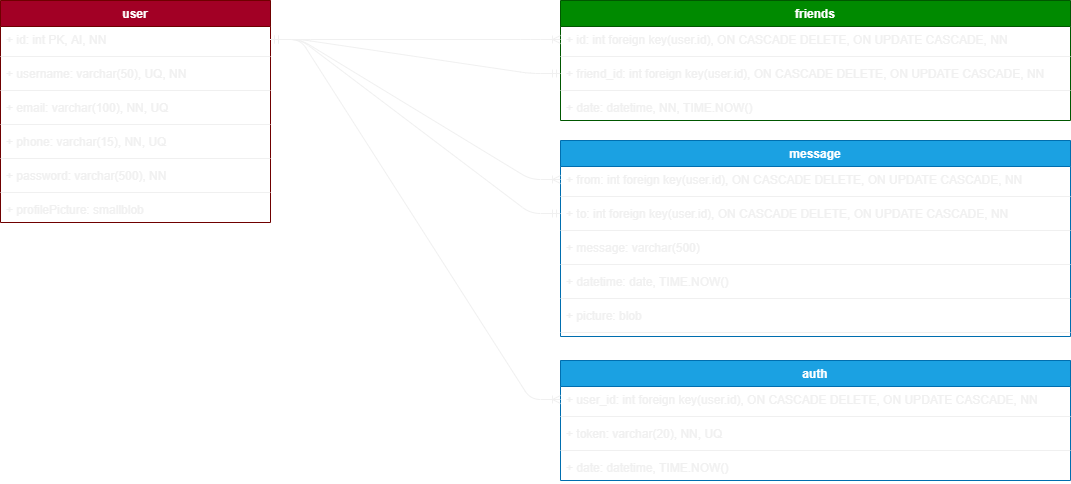
This is pcd-project-db-diagram.png from TheSeeven/pcd-project-chatApp, a draw.io export, as it was before one commit. Source tidied: cells renumbered, new cells last; positions are measured from the earlier drawing's top-left corner, leaving out a move shared by most shapes.
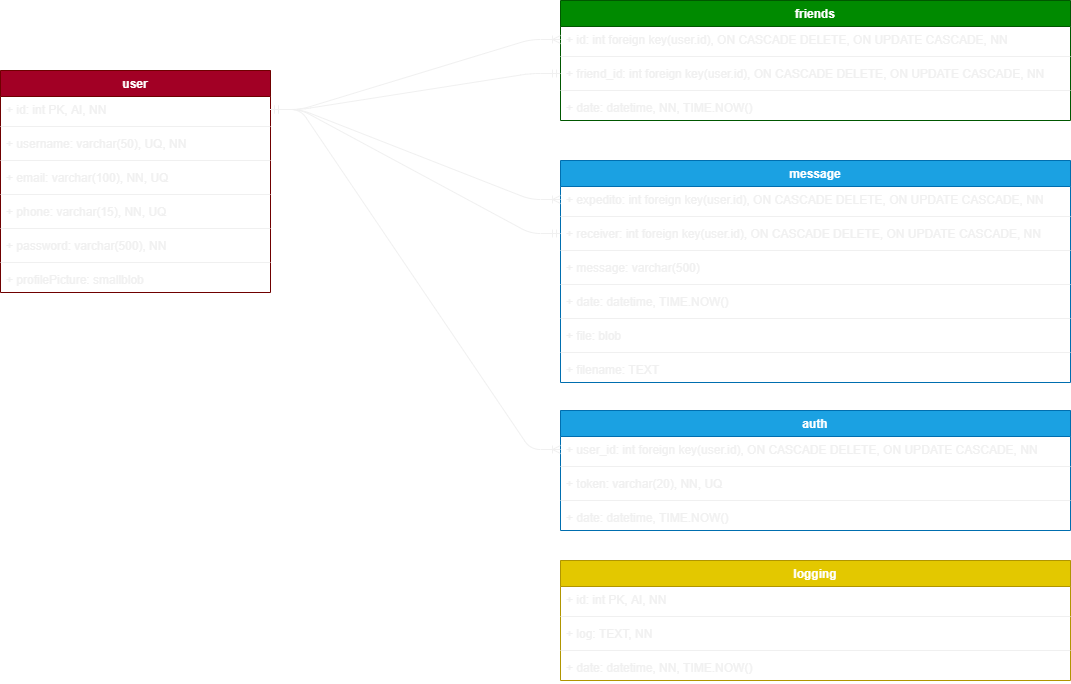
The same file after the commit.

Commit message:
Forgot about diagram

Change to the diagram source:
```diff
@@ -39,7 +39,7 @@
       <mxGeometry y="196" width="270" height="26" as="geometry" />
     </mxCell>
     <mxCell id="14" value="friends" style="swimlane;fontStyle=1;align=center;verticalAlign=top;horizontal=1;startSize=26;fillColor=#008a00;strokeColor=#005700;fontColor=#ffffff;" parent="1" vertex="1">
-      <mxGeometry x="560" width="510" height="120" as="geometry" />
+      <mxGeometry x="560" y="-70" width="510" height="120" as="geometry" />
     </mxCell>
     <mxCell id="15" value="+ id: int foreign key(user.id), ON CASCADE DELETE, ON UPDATE CASCADE, NN" style="text;strokeColor=none;fillColor=none;align=left;verticalAlign=top;spacingLeft=4;spacingRight=4;overflow=hidden;points=[[0,0.5],[1,0.5]];portConstraint=eastwest;" parent="14" vertex="1">
       <mxGeometry y="26" width="510" height="26" as="geometry" />
@@ -57,15 +57,15 @@
       <mxGeometry y="94" width="510" height="26" as="geometry" />
     </mxCell>
     <mxCell id="20" value="message" style="swimlane;fontStyle=1;align=center;verticalAlign=top;horizontal=1;startSize=26;fillColor=#1ba1e2;strokeColor=#006EAF;fontColor=#ffffff;" parent="1" vertex="1">
-      <mxGeometry x="560" y="140" width="510" height="196" as="geometry" />
+      <mxGeometry x="560" y="90" width="510" height="222" as="geometry" />
     </mxCell>
-    <mxCell id="21" value="+ from: int foreign key(user.id), ON CASCADE DELETE, ON UPDATE CASCADE, NN" style="text;strokeColor=none;fillColor=none;align=left;verticalAlign=top;spacingLeft=4;spacingRight=4;overflow=hidden;points=[[0,0.5],[1,0.5]];portConstraint=eastwest;" parent="20" vertex="1">
+    <mxCell id="21" value="+ expedito: int foreign key(user.id), ON CASCADE DELETE, ON UPDATE CASCADE, NN" style="text;strokeColor=none;fillColor=none;align=left;verticalAlign=top;spacingLeft=4;spacingRight=4;overflow=hidden;points=[[0,0.5],[1,0.5]];portConstraint=eastwest;" parent="20" vertex="1">
       <mxGeometry y="26" width="510" height="26" as="geometry" />
     </mxCell>
     <mxCell id="22" style="line;strokeWidth=1;fillColor=none;align=left;verticalAlign=middle;spacingTop=-1;spacingLeft=3;spacingRight=3;labelPosition=right;" parent="20" vertex="1">
       <mxGeometry y="52" width="510" height="8" as="geometry" />
     </mxCell>
-    <mxCell id="23" value="+ to: int foreign key(user.id), ON CASCADE DELETE, ON UPDATE CASCADE, NN" style="text;strokeColor=none;fillColor=none;align=left;verticalAlign=top;spacingLeft=4;spacingRight=4;overflow=hidden;points=[[0,0.5],[1,0.5]];portConstraint=eastwest;" parent="20" vertex="1">
+    <mxCell id="23" value="+ receiver: int foreign key(user.id), ON CASCADE DELETE, ON UPDATE CASCADE, NN" style="text;strokeColor=none;fillColor=none;align=left;verticalAlign=top;spacingLeft=4;spacingRight=4;overflow=hidden;points=[[0,0.5],[1,0.5]];portConstraint=eastwest;" parent="20" vertex="1">
       <mxGeometry y="60" width="510" height="26" as="geometry" />
     </mxCell>
     <mxCell id="24" style="line;strokeWidth=1;fillColor=none;align=left;verticalAlign=middle;spacingTop=-1;spacingLeft=3;spacingRight=3;labelPosition=right;" parent="20" vertex="1">
@@ -77,18 +77,21 @@
     <mxCell id="26" style="line;strokeWidth=1;fillColor=none;align=left;verticalAlign=middle;spacingTop=-1;spacingLeft=3;spacingRight=3;labelPosition=right;" parent="20" vertex="1">
       <mxGeometry y="120" width="510" height="8" as="geometry" />
     </mxCell>
-    <mxCell id="27" value="+ datetime: date, TIME.NOW()" style="text;strokeColor=none;fillColor=none;align=left;verticalAlign=top;spacingLeft=4;spacingRight=4;overflow=hidden;" parent="20" vertex="1">
+    <mxCell id="27" value="+ date: datetime, TIME.NOW()" style="text;strokeColor=none;fillColor=none;align=left;verticalAlign=top;spacingLeft=4;spacingRight=4;overflow=hidden;" parent="20" vertex="1">
       <mxGeometry y="128" width="510" height="26" as="geometry" />
     </mxCell>
     <mxCell id="28" style="line;strokeWidth=1;fillColor=none;align=left;verticalAlign=middle;spacingTop=-1;spacingLeft=3;spacingRight=3;labelPosition=right;" parent="20" vertex="1">
       <mxGeometry y="154" width="510" height="8" as="geometry" />
     </mxCell>
-    <mxCell id="29" value="+ picture: blob" style="text;strokeColor=none;fillColor=none;align=left;verticalAlign=top;spacingLeft=4;spacingRight=4;overflow=hidden;" parent="20" vertex="1">
+    <mxCell id="29" value="+ file: blob" style="text;strokeColor=none;fillColor=none;align=left;verticalAlign=top;spacingLeft=4;spacingRight=4;overflow=hidden;" parent="20" vertex="1">
       <mxGeometry y="162" width="510" height="26" as="geometry" />
     </mxCell>
     <mxCell id="30" style="line;strokeWidth=1;fillColor=none;align=left;verticalAlign=middle;spacingTop=-1;spacingLeft=3;spacingRight=3;labelPosition=right;" parent="20" vertex="1">
       <mxGeometry y="188" width="510" height="8" as="geometry" />
     </mxCell>
+    <mxCell id="42" value="+ filename: TEXT" style="text;strokeColor=none;fillColor=none;align=left;verticalAlign=top;spacingLeft=4;spacingRight=4;overflow=hidden;" parent="20" vertex="1">
+      <mxGeometry y="196" width="510" height="26" as="geometry" />
+    </mxCell>
     <mxCell id="31" style="edgeStyle=entityRelationEdgeStyle;fontSize=12;html=1;endArrow=ERoneToMany;exitX=1;exitY=0.5;exitDx=0;exitDy=0;entryX=0;entryY=0.5;entryDx=0;entryDy=0;" parent="1" edge="1" source="3" target="15">
       <mxGeometry relative="1" as="geometry" />
     </mxCell>
@@ -102,7 +105,7 @@
       <mxGeometry relative="1" as="geometry" />
     </mxCell>
     <mxCell id="35" value="auth" style="swimlane;fontStyle=1;align=center;verticalAlign=top;horizontal=1;startSize=26;fillColor=#1ba1e2;strokeColor=#006EAF;fontColor=#ffffff;" parent="1" vertex="1">
-      <mxGeometry x="560" y="360" width="510" height="120" as="geometry" />
+      <mxGeometry x="560" y="340" width="510" height="120" as="geometry" />
     </mxCell>
     <mxCell id="36" value="+ user_id: int foreign key(user.id), ON CASCADE DELETE, ON UPDATE CASCADE, NN" style="text;strokeColor=none;fillColor=none;align=left;verticalAlign=top;spacingLeft=4;spacingRight=4;overflow=hidden;points=[[0,0.5],[1,0.5]];portConstraint=eastwest;" parent="35" vertex="1">
       <mxGeometry y="26" width="510" height="26" as="geometry" />
@@ -122,5 +125,23 @@
     <mxCell id="41" style="edgeStyle=entityRelationEdgeStyle;fontSize=12;html=1;endArrow=ERoneToMany;exitX=1;exitY=0.5;exitDx=0;exitDy=0;" parent="1" edge="1" source="3" target="36">
       <mxGeometry relative="1" as="geometry" />
     </mxCell>
+    <mxCell id="43" value="logging" style="swimlane;fontStyle=1;align=center;verticalAlign=top;horizontal=1;startSize=26;fillColor=#e3c800;strokeColor=#B09500;fontColor=#ffffff;" parent="1" vertex="1">
+      <mxGeometry x="560" y="490" width="510" height="120" as="geometry" />
+    </mxCell>
+    <mxCell id="44" value="+ id: int PK, AI, NN" style="text;strokeColor=none;fillColor=none;align=left;verticalAlign=top;spacingLeft=4;spacingRight=4;overflow=hidden;" parent="43" vertex="1">
+      <mxGeometry y="26" width="510" height="26" as="geometry" />
+    </mxCell>
+    <mxCell id="45" style="line;strokeWidth=1;fillColor=none;align=left;verticalAlign=middle;spacingTop=-1;spacingLeft=3;spacingRight=3;labelPosition=right;" parent="43" vertex="1">
+      <mxGeometry y="52" width="510" height="8" as="geometry" />
+    </mxCell>
+    <mxCell id="46" value="+ log: TEXT, NN" style="text;strokeColor=none;fillColor=none;align=left;verticalAlign=top;spacingLeft=4;spacingRight=4;overflow=hidden;" parent="43" vertex="1">
+      <mxGeometry y="60" width="510" height="26" as="geometry" />
+    </mxCell>
+    <mxCell id="47" style="line;strokeWidth=1;fillColor=none;align=left;verticalAlign=middle;spacingTop=-1;spacingLeft=3;spacingRight=3;labelPosition=right;" parent="43" vertex="1">
+      <mxGeometry y="86" width="510" height="8" as="geometry" />
+    </mxCell>
+    <mxCell id="48" value="+ date: datetime, NN, TIME.NOW()" style="text;strokeColor=none;fillColor=none;align=left;verticalAlign=top;spacingLeft=4;spacingRight=4;overflow=hidden;" parent="43" vertex="1">
+      <mxGeometry y="94" width="510" height="26" as="geometry" />
+    </mxCell>
   </root>
 </mxGraphModel>
```
